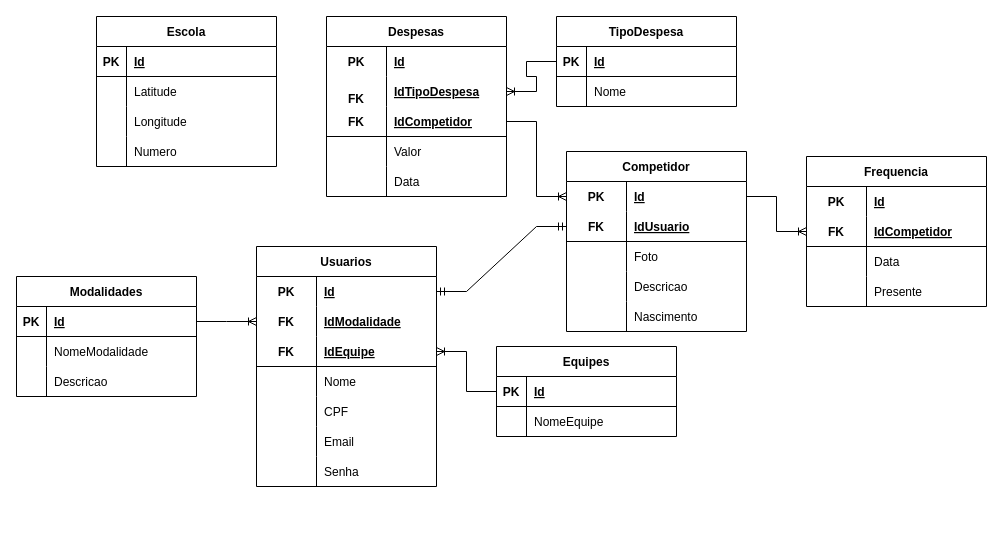
This is page "Modelagem Logica" (2 of 2) of ModelagemDados.drawio from LimaGustav/SPSkills-Sistema, a draw.io file, before an edit. Source tidied: cells renumbered, new cells numbered last; positions are measured from the earlier drawing's top-left corner, leaving out a move shared by most shapes. Both pictures are drawn from the tidied source at 100%, with x=0, y=0 at pixel (16, 16).
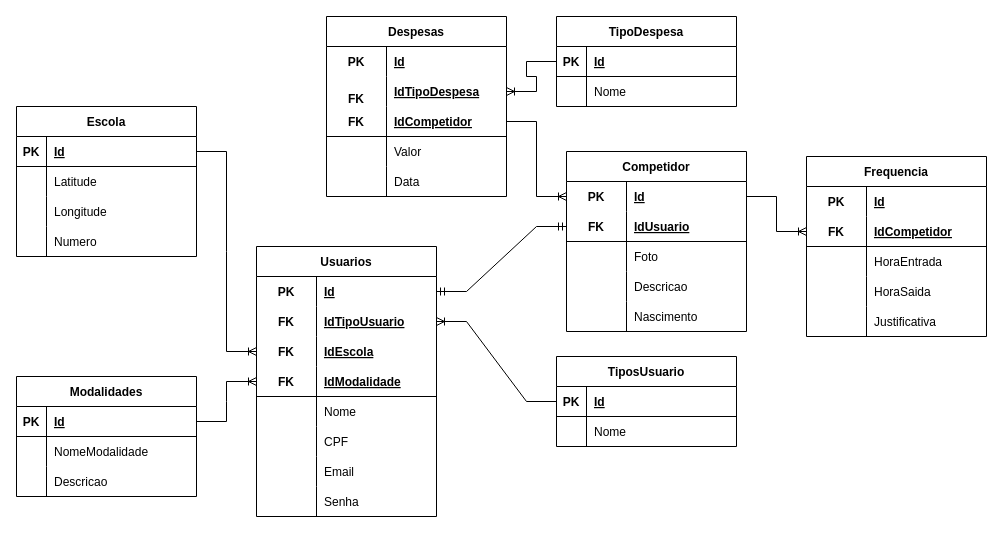
After the change.

Unchanged cells that the change refers to:
```xml
<mxCell id="10" style="shape=tableRow;horizontal=0;startSize=0;swimlaneHead=0;swimlaneBody=0;fillColor=none;points=[[0,0.5],[1,0.5]];portConstraint=eastwest;top=0;left=0;right=0;bottom=1;" parent="9" vertex="1">
  <mxGeometry y="30" width="180" height="30" as="geometry" />
</mxCell>
<mxCell id="42" style="shape=tableRow;horizontal=0;startSize=0;swimlaneHead=0;swimlaneBody=0;fillColor=none;points=[[0,0.5],[1,0.5]];portConstraint=eastwest;top=0;left=0;right=0;bottom=1;" parent="41" vertex="1">
  <mxGeometry y="30" width="180" height="30" as="geometry" />
</mxCell>
<mxCell id="77" style="shape=tableRow;horizontal=0;startSize=0;swimlaneHead=0;swimlaneBody=0;fillColor=none;top=0;left=0;right=0;bottom=0;" parent="70" vertex="1">
  <mxGeometry y="90" width="180" height="30" as="geometry" />
</mxCell>
```

What changed in the source:
```diff
@@
-    <mxCell id="2" value="Equipes" style="shape=table;startSize=30;childLayout=tableLayout;rowLines=0;fontStyle=1;align=center;" parent="1" vertex="1">
-      <mxGeometry x="480" y="330" width="180" height="90" as="geometry" />
-    </mxCell>
-    <mxCell id="3" style="shape=tableRow;horizontal=0;startSize=0;swimlaneHead=0;swimlaneBody=0;fillColor=none;points=[[0,0.5],[1,0.5]];portConstraint=eastwest;top=0;left=0;right=0;bottom=1;" parent="2" vertex="1">
-      <mxGeometry y="30" width="180" height="30" as="geometry" />
-    </mxCell>
-    <mxCell id="4" value="PK" style="shape=partialRectangle;fillColor=none;top=0;left=0;bottom=0;right=0;fontStyle=1;overflow=hidden;" parent="3" vertex="1">
-      <mxGeometry width="30" height="30" as="geometry" />
-    </mxCell>
-    <mxCell id="5" value="Id" style="shape=partialRectangle;fillColor=none;top=0;left=0;bottom=0;right=0;align=left;spacingLeft=6;fontStyle=5;overflow=hidden;" parent="3" vertex="1">
-      <mxGeometry x="30" width="150" height="30" as="geometry" />
-    </mxCell>
-    <mxCell id="6" style="shape=tableRow;horizontal=0;startSize=0;swimlaneHead=0;swimlaneBody=0;fillColor=none;top=0;left=0;right=0;bottom=0;" parent="2" vertex="1">
-      <mxGeometry y="60" width="180" height="30" as="geometry" />
-    </mxCell>
-    <mxCell id="7" style="shape=partialRectangle;fillColor=none;top=0;left=0;bottom=0;right=0;overflow=hidden;" parent="6" vertex="1">
-      <mxGeometry width="30" height="30" as="geometry" />
-    </mxCell>
-    <mxCell id="8" value="NomeEquipe" style="shape=partialRectangle;fillColor=none;top=0;left=0;bottom=0;right=0;align=left;spacingLeft=6;overflow=hidden;" parent="6" vertex="1">
-      <mxGeometry x="30" width="150" height="30" as="geometry" />
-    </mxCell>
     <mxCell id="9" value="Modalidades" style="shape=table;startSize=30;childLayout=tableLayout;rowLines=0;fontStyle=1;align=center;" parent="1" vertex="1">
-      <mxGeometry y="260" width="180" height="120" as="geometry" />
+      <mxGeometry y="360" width="180" height="120" as="geometry" />
     </mxCell>
@@
     <mxCell id="19" value="Usuarios" style="shape=table;startSize=30;childLayout=tableLayout;rowLines=0;fontStyle=1;align=center;" parent="1" vertex="1">
-      <mxGeometry x="240" y="230" width="180" height="240" as="geometry" />
+      <mxGeometry x="240" y="230" width="180" height="270" as="geometry" />
     </mxCell>
@@
-    <mxCell id="23" style="shape=tableRow;horizontal=0;startSize=0;swimlaneHead=0;swimlaneBody=0;fillColor=none;points=[[0,0.5],[1,0.5]];portConstraint=eastwest;top=0;left=0;right=0;bottom=0;" parent="19" vertex="1">
-      <mxGeometry y="60" width="180" height="30" as="geometry" />
-    </mxCell>
-    <mxCell id="24" value="FK" style="shape=partialRectangle;fillColor=none;top=0;left=0;bottom=0;right=0;fontStyle=1;overflow=hidden;" parent="23" vertex="1">
-      <mxGeometry width="60" height="30" as="geometry" />
-    </mxCell>
-    <mxCell id="25" value="IdModalidade" style="shape=partialRectangle;fillColor=none;top=0;left=0;bottom=0;right=0;align=left;spacingLeft=6;fontStyle=5;overflow=hidden;" parent="23" vertex="1">
-      <mxGeometry x="60" width="120" height="30" as="geometry" />
-    </mxCell>
+    <mxCell id="112" style="shape=tableRow;horizontal=0;startSize=0;swimlaneHead=0;swimlaneBody=0;fillColor=none;points=[[0,0.5],[1,0.5]];portConstraint=eastwest;top=0;left=0;right=0;bottom=0;" parent="19" vertex="1">
+      <mxGeometry y="60" width="180" height="30" as="geometry" />
+    </mxCell>
+    <mxCell id="113" value="FK" style="shape=partialRectangle;fillColor=none;top=0;left=0;bottom=0;right=0;fontStyle=1;overflow=hidden;" parent="112" vertex="1">
+      <mxGeometry width="60" height="30" as="geometry" />
+    </mxCell>
+    <mxCell id="114" value="IdTipoUsuario" style="shape=partialRectangle;fillColor=none;top=0;left=0;bottom=0;right=0;align=left;spacingLeft=6;fontStyle=5;overflow=hidden;" parent="112" vertex="1">
+      <mxGeometry x="60" width="120" height="30" as="geometry" />
+    </mxCell>
+    <mxCell id="115" style="shape=tableRow;horizontal=0;startSize=0;swimlaneHead=0;swimlaneBody=0;fillColor=none;points=[[0,0.5],[1,0.5]];portConstraint=eastwest;top=0;left=0;right=0;bottom=0;" parent="19" vertex="1">
+      <mxGeometry y="90" width="180" height="30" as="geometry" />
+    </mxCell>
+    <mxCell id="116" value="FK" style="shape=partialRectangle;fillColor=none;top=0;left=0;bottom=0;right=0;fontStyle=1;overflow=hidden;" parent="115" vertex="1">
+      <mxGeometry width="60" height="30" as="geometry" />
+    </mxCell>
+    <mxCell id="117" value="IdEscola" style="shape=partialRectangle;fillColor=none;top=0;left=0;bottom=0;right=0;align=left;spacingLeft=6;fontStyle=5;overflow=hidden;" parent="115" vertex="1">
+      <mxGeometry x="60" width="120" height="30" as="geometry" />
+    </mxCell>
     <mxCell id="26" style="shape=tableRow;horizontal=0;startSize=0;swimlaneHead=0;swimlaneBody=0;fillColor=none;points=[[0,0.5],[1,0.5]];portConstraint=eastwest;top=0;left=0;right=0;bottom=1;" parent="19" vertex="1">
-      <mxGeometry y="90" width="180" height="30" as="geometry" />
+      <mxGeometry y="120" width="180" height="30" as="geometry" />
     </mxCell>
@@
-    <mxCell id="28" value="IdEquipe" style="shape=partialRectangle;fillColor=none;top=0;left=0;bottom=0;right=0;align=left;spacingLeft=6;fontStyle=5;overflow=hidden;" parent="26" vertex="1">
+    <mxCell id="28" value="IdModalidade" style="shape=partialRectangle;fillColor=none;top=0;left=0;bottom=0;right=0;align=left;spacingLeft=6;fontStyle=5;overflow=hidden;" parent="26" vertex="1">
       <mxGeometry x="60" width="120" height="30" as="geometry" />
     </mxCell>
     <mxCell id="29" style="shape=tableRow;horizontal=0;startSize=0;swimlaneHead=0;swimlaneBody=0;fillColor=none;top=0;left=0;right=0;bottom=0;" parent="19" vertex="1">
-      <mxGeometry y="120" width="180" height="30" as="geometry" />
+      <mxGeometry y="150" width="180" height="30" as="geometry" />
     </mxCell>
@@
     <mxCell id="32" style="shape=tableRow;horizontal=0;startSize=0;swimlaneHead=0;swimlaneBody=0;fillColor=none;top=0;left=0;right=0;bottom=0;" parent="19" vertex="1">
-      <mxGeometry y="150" width="180" height="30" as="geometry" />
+      <mxGeometry y="180" width="180" height="30" as="geometry" />
     </mxCell>
@@
     <mxCell id="35" style="shape=tableRow;horizontal=0;startSize=0;swimlaneHead=0;swimlaneBody=0;fillColor=none;top=0;left=0;right=0;bottom=0;" parent="19" vertex="1">
-      <mxGeometry y="180" width="180" height="30" as="geometry" />
+      <mxGeometry y="210" width="180" height="30" as="geometry" />
     </mxCell>
@@
     <mxCell id="38" style="shape=tableRow;horizontal=0;startSize=0;swimlaneHead=0;swimlaneBody=0;fillColor=none;top=0;left=0;right=0;bottom=0;" parent="19" vertex="1">
-      <mxGeometry y="210" width="180" height="30" as="geometry" />
+      <mxGeometry y="240" width="180" height="30" as="geometry" />
     </mxCell>
@@
     <mxCell id="41" value="Escola" style="shape=table;startSize=30;childLayout=tableLayout;rowLines=0;fontStyle=1;align=center;" parent="1" vertex="1">
-      <mxGeometry x="80" width="180" height="150" as="geometry" />
+      <mxGeometry y="90" width="180" height="150" as="geometry" />
     </mxCell>
@@
     <mxCell id="70" value="Frequencia" style="shape=table;startSize=30;childLayout=tableLayout;rowLines=0;fontStyle=1;align=center;" parent="1" vertex="1">
-      <mxGeometry x="790" y="140" width="180" height="150" as="geometry" />
+      <mxGeometry x="790" y="140" width="180" height="180" as="geometry" />
     </mxCell>
@@
-    <mxCell id="79" value="Data" style="shape=partialRectangle;fillColor=none;top=0;left=0;bottom=0;right=0;align=left;spacingLeft=6;overflow=hidden;" parent="77" vertex="1">
+    <mxCell id="79" value="HoraEntrada" style="shape=partialRectangle;fillColor=none;top=0;left=0;bottom=0;right=0;align=left;spacingLeft=6;overflow=hidden;" parent="77" vertex="1">
       <mxGeometry x="60" width="120" height="30" as="geometry" />
     </mxCell>
+    <mxCell id="118" style="shape=tableRow;horizontal=0;startSize=0;swimlaneHead=0;swimlaneBody=0;fillColor=none;top=0;left=0;right=0;bottom=0;" parent="70" vertex="1">
+      <mxGeometry y="120" width="180" height="30" as="geometry" />
+    </mxCell>
+    <mxCell id="119" style="shape=partialRectangle;fillColor=none;top=0;left=0;bottom=0;right=0;overflow=hidden;" parent="118" vertex="1">
+      <mxGeometry width="60" height="30" as="geometry" />
+    </mxCell>
+    <mxCell id="120" value="HoraSaida" style="shape=partialRectangle;fillColor=none;top=0;left=0;bottom=0;right=0;align=left;spacingLeft=6;overflow=hidden;" parent="118" vertex="1">
+      <mxGeometry x="60" width="120" height="30" as="geometry" />
+    </mxCell>
     <mxCell id="80" style="shape=tableRow;horizontal=0;startSize=0;swimlaneHead=0;swimlaneBody=0;fillColor=none;top=0;left=0;right=0;bottom=0;" parent="70" vertex="1">
-      <mxGeometry y="120" width="180" height="30" as="geometry" />
+      <mxGeometry y="150" width="180" height="30" as="geometry" />
     </mxCell>
@@
-    <mxCell id="82" value="Presente" style="shape=partialRectangle;fillColor=none;top=0;left=0;bottom=0;right=0;align=left;spacingLeft=6;overflow=hidden;" parent="80" vertex="1">
+    <mxCell id="82" value="Justificativa" style="shape=partialRectangle;fillColor=none;top=0;left=0;bottom=0;right=0;align=left;spacingLeft=6;overflow=hidden;" parent="80" vertex="1">
       <mxGeometry x="60" width="120" height="30" as="geometry" />
     </mxCell>
@@
-    <mxCell id="109" style="edgeStyle=entityRelationEdgeStyle;fontSize=12;html=1;endArrow=ERoneToMany;rounded=0;" parent="1" edge="1" source="10" target="23">
+    <mxCell id="109" style="edgeStyle=entityRelationEdgeStyle;fontSize=12;html=1;endArrow=ERoneToMany;rounded=0;" parent="1" edge="1" source="10" target="26">
       <mxGeometry relative="1" as="geometry" />
     </mxCell>
-    <mxCell id="110" style="edgeStyle=entityRelationEdgeStyle;fontSize=12;html=1;endArrow=ERoneToMany;rounded=0;" parent="1" edge="1" source="3" target="26">
-      <mxGeometry relative="1" as="geometry" />
-    </mxCell>
@@
+    <mxCell id="121" value="TiposUsuario" style="shape=table;startSize=30;childLayout=tableLayout;rowLines=0;fontStyle=1;align=center;" parent="1" vertex="1">
+      <mxGeometry x="540" y="340" width="180" height="90" as="geometry" />
+    </mxCell>
+    <mxCell id="3" style="shape=tableRow;horizontal=0;startSize=0;swimlaneHead=0;swimlaneBody=0;fillColor=none;points=[[0,0.5],[1,0.5]];portConstraint=eastwest;top=0;left=0;right=0;bottom=1;" parent="121" vertex="1">
+      <mxGeometry y="30" width="180" height="30" as="geometry" />
+    </mxCell>
+    <mxCell id="4" value="PK" style="shape=partialRectangle;fillColor=none;top=0;left=0;bottom=0;right=0;fontStyle=1;overflow=hidden;" parent="3" vertex="1">
+      <mxGeometry width="30" height="30" as="geometry" />
+    </mxCell>
+    <mxCell id="5" value="Id" style="shape=partialRectangle;fillColor=none;top=0;left=0;bottom=0;right=0;align=left;spacingLeft=6;fontStyle=5;overflow=hidden;" parent="3" vertex="1">
+      <mxGeometry x="30" width="150" height="30" as="geometry" />
+    </mxCell>
+    <mxCell id="122" style="shape=tableRow;horizontal=0;startSize=0;swimlaneHead=0;swimlaneBody=0;fillColor=none;top=0;left=0;right=0;bottom=0;" parent="121" vertex="1">
+      <mxGeometry y="60" width="180" height="30" as="geometry" />
+    </mxCell>
+    <mxCell id="7" style="shape=partialRectangle;fillColor=none;top=0;left=0;bottom=0;right=0;overflow=hidden;" parent="122" vertex="1">
+      <mxGeometry width="30" height="30" as="geometry" />
+    </mxCell>
+    <mxCell id="123" value="Nome" style="shape=partialRectangle;fillColor=none;top=0;left=0;bottom=0;right=0;align=left;spacingLeft=6;overflow=hidden;" parent="122" vertex="1">
+      <mxGeometry x="30" width="150" height="30" as="geometry" />
+    </mxCell>
+    <mxCell id="124" style="edgeStyle=entityRelationEdgeStyle;fontSize=12;html=1;endArrow=ERoneToMany;rounded=0;" parent="1" edge="1" source="3" target="112">
+      <mxGeometry relative="1" as="geometry" />
+    </mxCell>
+    <mxCell id="125" style="edgeStyle=entityRelationEdgeStyle;fontSize=12;html=1;endArrow=ERoneToMany;rounded=0;" parent="1" edge="1" source="42" target="115">
+      <mxGeometry relative="1" as="geometry" />
+    </mxCell>
```
